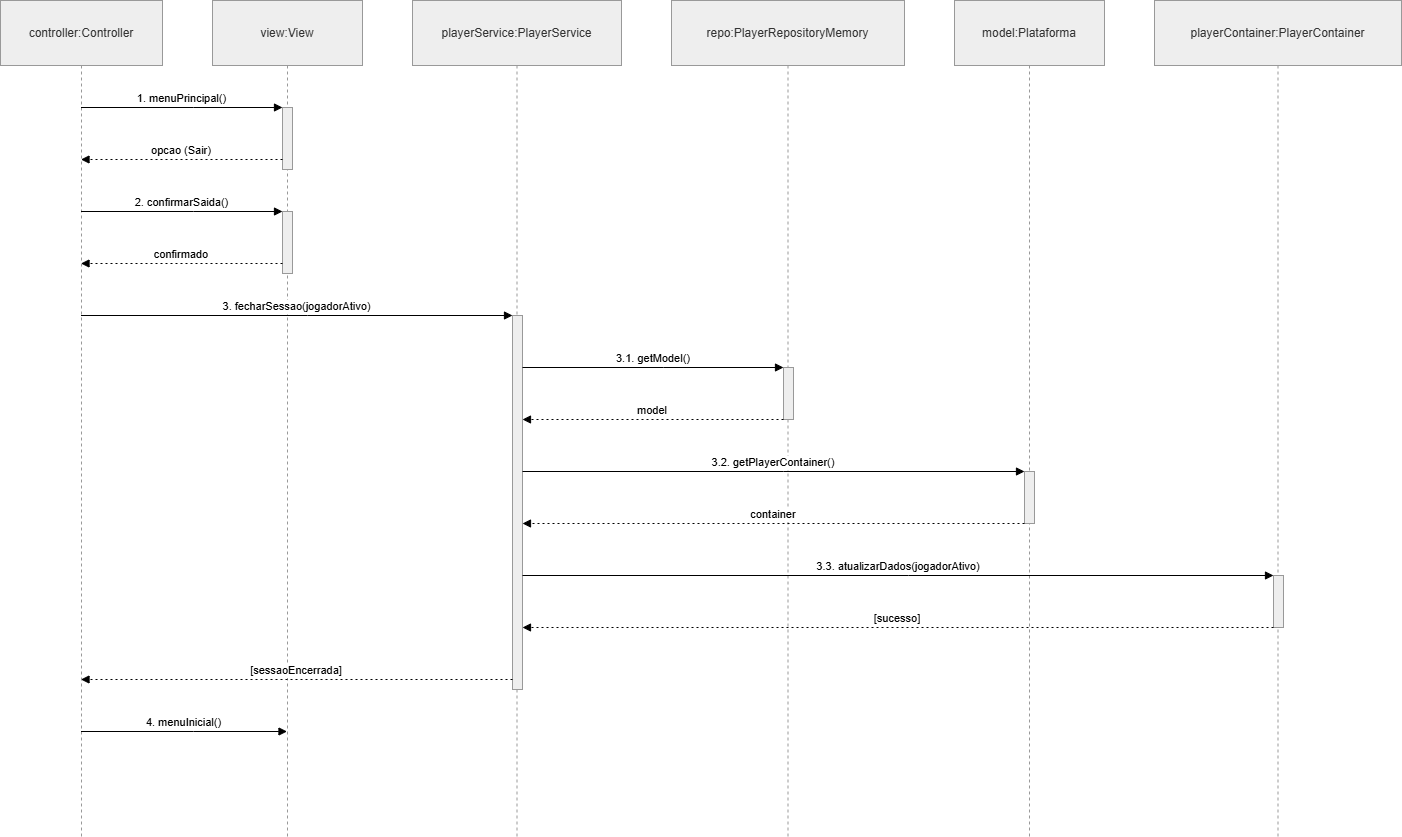
The draw.io diagram Iteração2/PNG Diagrams/UC9.1.png in Sw33t23/fsoft2026_1DA_1, before a commit. Source tidied: cells renumbered, new cells last; positions are measured from the earlier drawing's top-left corner, leaving out a move shared by most shapes.
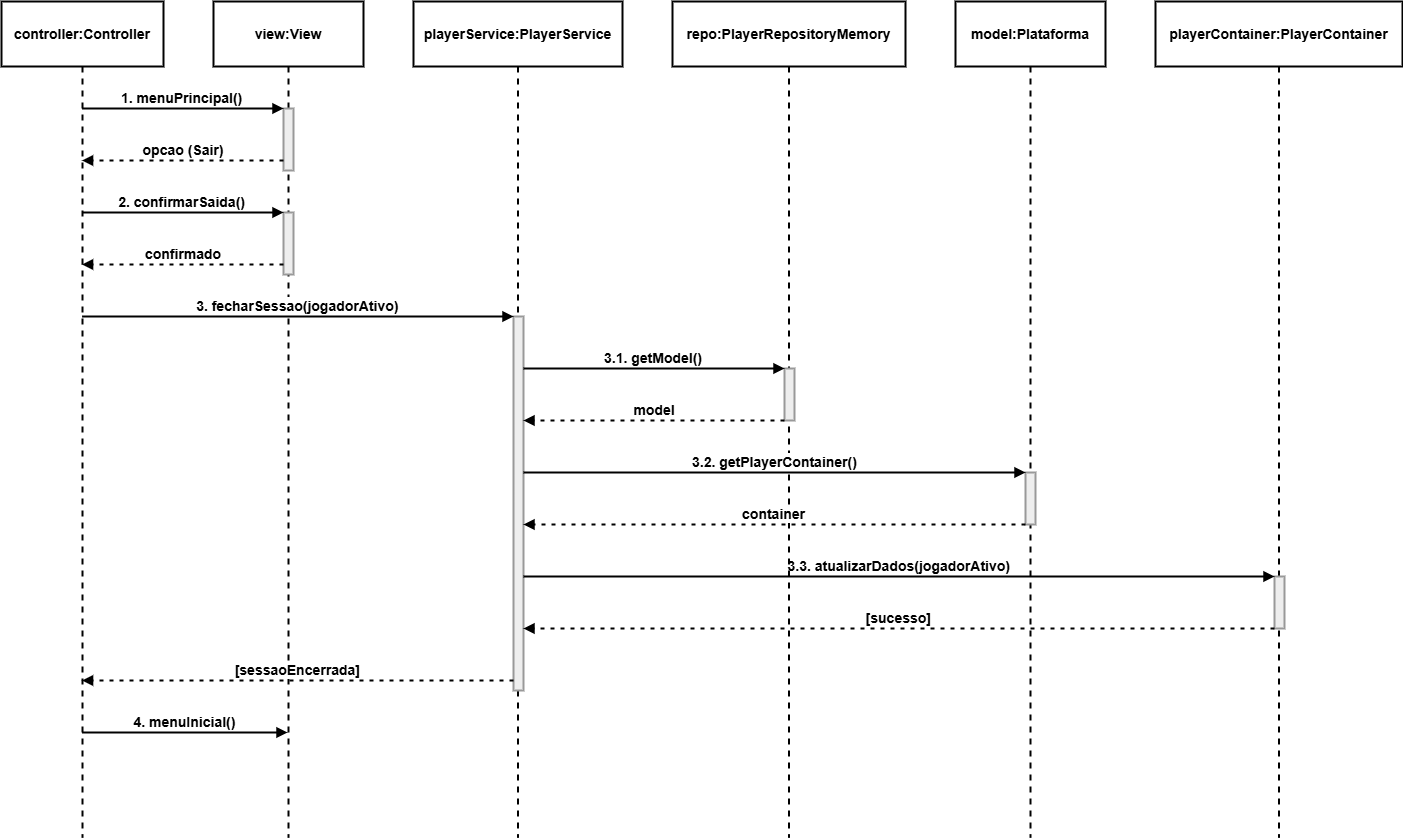
After the commit.

Diff of the diagram source:
```diff
@@ -2,127 +2,127 @@
   <root>
     <mxCell id="0" />
     <mxCell id="1" parent="0" />
-    <mxCell id="2" value="controller:Controller" style="shape=umlLifeline;perimeter=lifelinePerimeter;whiteSpace=wrap;outlineConnect=0;portConstraint=eastwest;newEdgeStyle={&quot;edgeStyle&quot;:&quot;elbowEdgeStyle&quot;,&quot;elbow&quot;:&quot;vertical&quot;,&quot;curved&quot;:0,&quot;rounded&quot;:0};size=65;fillColor=light-dark(#eeeeee,#1f2020);strokeColor=light-dark(#999999,#cccccc);fontColor=light-dark(#333333,#cccccc);" parent="1" vertex="1">
+    <mxCell id="2" value="controller:Controller" style="shape=umlLifeline;perimeter=lifelinePerimeter;whiteSpace=wrap;outlineConnect=0;portConstraint=eastwest;newEdgeStyle={&quot;edgeStyle&quot;:&quot;elbowEdgeStyle&quot;,&quot;elbow&quot;:&quot;vertical&quot;,&quot;curved&quot;:0,&quot;rounded&quot;:0};size=65;fillColor=none;strokeWidth=2;fontSize=14;fontStyle=1;" parent="1" vertex="1">
       <mxGeometry width="162" height="836" as="geometry" />
     </mxCell>
-    <mxCell id="3" value="view:View" style="shape=umlLifeline;perimeter=lifelinePerimeter;whiteSpace=wrap;outlineConnect=0;portConstraint=eastwest;newEdgeStyle={&quot;edgeStyle&quot;:&quot;elbowEdgeStyle&quot;,&quot;elbow&quot;:&quot;vertical&quot;,&quot;curved&quot;:0,&quot;rounded&quot;:0};size=65;fillColor=light-dark(#eeeeee,#1f2020);strokeColor=light-dark(#999999,#cccccc);fontColor=light-dark(#333333,#cccccc);" parent="1" vertex="1">
+    <mxCell id="3" value="view:View" style="shape=umlLifeline;perimeter=lifelinePerimeter;whiteSpace=wrap;outlineConnect=0;portConstraint=eastwest;newEdgeStyle={&quot;edgeStyle&quot;:&quot;elbowEdgeStyle&quot;,&quot;elbow&quot;:&quot;vertical&quot;,&quot;curved&quot;:0,&quot;rounded&quot;:0};size=65;fillColor=none;strokeWidth=2;fontSize=14;fontStyle=1;" parent="1" vertex="1">
       <mxGeometry x="212" width="150" height="836" as="geometry" />
     </mxCell>
-    <mxCell id="4" style="points=[];perimeter=orthogonalPerimeter;outlineConnect=0;targetShapes=umlLifeline;portConstraint=eastwest;newEdgeStyle={&quot;edgeStyle&quot;:&quot;elbowEdgeStyle&quot;,&quot;elbow&quot;:&quot;vertical&quot;,&quot;curved&quot;:0,&quot;rounded&quot;:0};fillColor=light-dark(#eeeeee,#1f2020);strokeColor=light-dark(#999999,#cccccc);fontColor=light-dark(#333333,#cccccc);" parent="3" vertex="1">
+    <mxCell id="4" style="points=[];perimeter=orthogonalPerimeter;outlineConnect=0;targetShapes=umlLifeline;portConstraint=eastwest;newEdgeStyle={&quot;edgeStyle&quot;:&quot;elbowEdgeStyle&quot;,&quot;elbow&quot;:&quot;vertical&quot;,&quot;curved&quot;:0,&quot;rounded&quot;:0};fillColor=light-dark(#eeeeee,#1f2020);strokeColor=light-dark(#999999,#cccccc);fontColor=light-dark(#333333,#cccccc);strokeWidth=2;fontSize=14;fontStyle=1;" parent="3" vertex="1">
       <mxGeometry x="70" y="107" width="10" height="62" as="geometry" />
     </mxCell>
-    <mxCell id="5" style="points=[];perimeter=orthogonalPerimeter;outlineConnect=0;targetShapes=umlLifeline;portConstraint=eastwest;newEdgeStyle={&quot;edgeStyle&quot;:&quot;elbowEdgeStyle&quot;,&quot;elbow&quot;:&quot;vertical&quot;,&quot;curved&quot;:0,&quot;rounded&quot;:0};fillColor=light-dark(#eeeeee,#1f2020);strokeColor=light-dark(#999999,#cccccc);fontColor=light-dark(#333333,#cccccc);" parent="3" vertex="1">
+    <mxCell id="5" style="points=[];perimeter=orthogonalPerimeter;outlineConnect=0;targetShapes=umlLifeline;portConstraint=eastwest;newEdgeStyle={&quot;edgeStyle&quot;:&quot;elbowEdgeStyle&quot;,&quot;elbow&quot;:&quot;vertical&quot;,&quot;curved&quot;:0,&quot;rounded&quot;:0};fillColor=light-dark(#eeeeee,#1f2020);strokeColor=light-dark(#999999,#cccccc);fontColor=light-dark(#333333,#cccccc);strokeWidth=2;fontSize=14;fontStyle=1;" parent="3" vertex="1">
       <mxGeometry x="70" y="211" width="10" height="62" as="geometry" />
     </mxCell>
-    <mxCell id="6" value="playerService:PlayerService" style="shape=umlLifeline;perimeter=lifelinePerimeter;whiteSpace=wrap;newEdgeStyle={&quot;edgeStyle&quot;:&quot;elbowEdgeStyle&quot;,&quot;elbow&quot;:&quot;vertical&quot;,&quot;curved&quot;:0,&quot;rounded&quot;:0};size=65;fillColor=light-dark(#eeeeee,#1f2020);strokeColor=light-dark(#999999,#cccccc);fontColor=light-dark(#333333,#cccccc);" parent="1" vertex="1">
+    <mxCell id="6" value="playerService:PlayerService" style="shape=umlLifeline;perimeter=lifelinePerimeter;whiteSpace=wrap;newEdgeStyle={&quot;edgeStyle&quot;:&quot;elbowEdgeStyle&quot;,&quot;elbow&quot;:&quot;vertical&quot;,&quot;curved&quot;:0,&quot;rounded&quot;:0};size=65;fillColor=none;strokeWidth=2;fontSize=14;fontStyle=1;" parent="1" vertex="1">
       <mxGeometry x="412" width="209" height="836" as="geometry" />
     </mxCell>
-    <mxCell id="7" style="points=[];perimeter=orthogonalPerimeter;outlineConnect=0;targetShapes=umlLifeline;portConstraint=eastwest;newEdgeStyle={&quot;edgeStyle&quot;:&quot;elbowEdgeStyle&quot;,&quot;elbow&quot;:&quot;vertical&quot;,&quot;curved&quot;:0,&quot;rounded&quot;:0};fillColor=light-dark(#eeeeee,#1f2020);strokeColor=light-dark(#999999,#cccccc);fontColor=light-dark(#333333,#cccccc);" parent="6" vertex="1">
+    <mxCell id="7" style="points=[];perimeter=orthogonalPerimeter;outlineConnect=0;targetShapes=umlLifeline;portConstraint=eastwest;newEdgeStyle={&quot;edgeStyle&quot;:&quot;elbowEdgeStyle&quot;,&quot;elbow&quot;:&quot;vertical&quot;,&quot;curved&quot;:0,&quot;rounded&quot;:0};fillColor=light-dark(#eeeeee,#1f2020);strokeColor=light-dark(#999999,#cccccc);fontColor=light-dark(#333333,#cccccc);strokeWidth=2;fontSize=14;fontStyle=1;" parent="6" vertex="1">
       <mxGeometry x="100" y="315" width="10" height="374" as="geometry" />
     </mxCell>
-    <mxCell id="8" value="repo:PlayerRepositoryMemory" style="shape=umlLifeline;perimeter=lifelinePerimeter;whiteSpace=wrap;newEdgeStyle={&quot;edgeStyle&quot;:&quot;elbowEdgeStyle&quot;,&quot;elbow&quot;:&quot;vertical&quot;,&quot;curved&quot;:0,&quot;rounded&quot;:0};size=65;fillColor=light-dark(#eeeeee,#1f2020);strokeColor=light-dark(#999999,#cccccc);fontColor=light-dark(#333333,#cccccc);" parent="1" vertex="1">
+    <mxCell id="8" value="repo:PlayerRepositoryMemory" style="shape=umlLifeline;perimeter=lifelinePerimeter;whiteSpace=wrap;newEdgeStyle={&quot;edgeStyle&quot;:&quot;elbowEdgeStyle&quot;,&quot;elbow&quot;:&quot;vertical&quot;,&quot;curved&quot;:0,&quot;rounded&quot;:0};size=65;fillColor=none;strokeWidth=2;fontSize=14;fontStyle=1;" parent="1" vertex="1">
       <mxGeometry x="671" width="233" height="836" as="geometry" />
     </mxCell>
-    <mxCell id="9" style="points=[];perimeter=orthogonalPerimeter;outlineConnect=0;targetShapes=umlLifeline;portConstraint=eastwest;newEdgeStyle={&quot;edgeStyle&quot;:&quot;elbowEdgeStyle&quot;,&quot;elbow&quot;:&quot;vertical&quot;,&quot;curved&quot;:0,&quot;rounded&quot;:0};fillColor=light-dark(#eeeeee,#1f2020);strokeColor=light-dark(#999999,#cccccc);fontColor=light-dark(#333333,#cccccc);" parent="8" vertex="1">
+    <mxCell id="9" style="points=[];perimeter=orthogonalPerimeter;outlineConnect=0;targetShapes=umlLifeline;portConstraint=eastwest;newEdgeStyle={&quot;edgeStyle&quot;:&quot;elbowEdgeStyle&quot;,&quot;elbow&quot;:&quot;vertical&quot;,&quot;curved&quot;:0,&quot;rounded&quot;:0};fillColor=light-dark(#eeeeee,#1f2020);strokeColor=light-dark(#999999,#cccccc);fontColor=light-dark(#333333,#cccccc);strokeWidth=2;fontSize=14;fontStyle=1;" parent="8" vertex="1">
       <mxGeometry x="112" y="367" width="10" height="52" as="geometry" />
     </mxCell>
-    <mxCell id="10" value="model:Plataforma" style="shape=umlLifeline;perimeter=lifelinePerimeter;whiteSpace=wrap;newEdgeStyle={&quot;edgeStyle&quot;:&quot;elbowEdgeStyle&quot;,&quot;elbow&quot;:&quot;vertical&quot;,&quot;curved&quot;:0,&quot;rounded&quot;:0};size=65;fillColor=light-dark(#eeeeee,#1f2020);strokeColor=light-dark(#999999,#cccccc);fontColor=light-dark(#333333,#cccccc);" parent="1" vertex="1">
+    <mxCell id="10" value="model:Plataforma" style="shape=umlLifeline;perimeter=lifelinePerimeter;whiteSpace=wrap;newEdgeStyle={&quot;edgeStyle&quot;:&quot;elbowEdgeStyle&quot;,&quot;elbow&quot;:&quot;vertical&quot;,&quot;curved&quot;:0,&quot;rounded&quot;:0};size=65;fillColor=none;strokeWidth=2;fontSize=14;fontStyle=1;" parent="1" vertex="1">
       <mxGeometry x="954" width="150" height="836" as="geometry" />
     </mxCell>
-    <mxCell id="11" style="points=[];perimeter=orthogonalPerimeter;outlineConnect=0;targetShapes=umlLifeline;portConstraint=eastwest;newEdgeStyle={&quot;edgeStyle&quot;:&quot;elbowEdgeStyle&quot;,&quot;elbow&quot;:&quot;vertical&quot;,&quot;curved&quot;:0,&quot;rounded&quot;:0};fillColor=light-dark(#eeeeee,#1f2020);strokeColor=light-dark(#999999,#cccccc);fontColor=light-dark(#333333,#cccccc);" parent="10" vertex="1">
+    <mxCell id="11" style="points=[];perimeter=orthogonalPerimeter;outlineConnect=0;targetShapes=umlLifeline;portConstraint=eastwest;newEdgeStyle={&quot;edgeStyle&quot;:&quot;elbowEdgeStyle&quot;,&quot;elbow&quot;:&quot;vertical&quot;,&quot;curved&quot;:0,&quot;rounded&quot;:0};fillColor=light-dark(#eeeeee,#1f2020);strokeColor=light-dark(#999999,#cccccc);fontColor=light-dark(#333333,#cccccc);strokeWidth=2;fontSize=14;fontStyle=1;" parent="10" vertex="1">
       <mxGeometry x="70" y="471" width="10" height="52" as="geometry" />
     </mxCell>
-    <mxCell id="12" value="playerContainer:PlayerContainer" style="shape=umlLifeline;perimeter=lifelinePerimeter;whiteSpace=wrap;newEdgeStyle={&quot;edgeStyle&quot;:&quot;elbowEdgeStyle&quot;,&quot;elbow&quot;:&quot;vertical&quot;,&quot;curved&quot;:0,&quot;rounded&quot;:0};size=65;fillColor=light-dark(#eeeeee,#1f2020);strokeColor=light-dark(#999999,#cccccc);fontColor=light-dark(#333333,#cccccc);" parent="1" vertex="1">
+    <mxCell id="12" value="playerContainer:PlayerContainer" style="shape=umlLifeline;perimeter=lifelinePerimeter;whiteSpace=wrap;newEdgeStyle={&quot;edgeStyle&quot;:&quot;elbowEdgeStyle&quot;,&quot;elbow&quot;:&quot;vertical&quot;,&quot;curved&quot;:0,&quot;rounded&quot;:0};size=65;fillColor=none;strokeWidth=2;fontSize=14;fontStyle=1;" parent="1" vertex="1">
       <mxGeometry x="1154" width="247" height="836" as="geometry" />
     </mxCell>
-    <mxCell id="13" style="points=[];perimeter=orthogonalPerimeter;outlineConnect=0;targetShapes=umlLifeline;portConstraint=eastwest;newEdgeStyle={&quot;edgeStyle&quot;:&quot;elbowEdgeStyle&quot;,&quot;elbow&quot;:&quot;vertical&quot;,&quot;curved&quot;:0,&quot;rounded&quot;:0};fillColor=light-dark(#eeeeee,#1f2020);strokeColor=light-dark(#999999,#cccccc);fontColor=light-dark(#333333,#cccccc);" parent="12" vertex="1">
+    <mxCell id="13" style="points=[];perimeter=orthogonalPerimeter;outlineConnect=0;targetShapes=umlLifeline;portConstraint=eastwest;newEdgeStyle={&quot;edgeStyle&quot;:&quot;elbowEdgeStyle&quot;,&quot;elbow&quot;:&quot;vertical&quot;,&quot;curved&quot;:0,&quot;rounded&quot;:0};fillColor=light-dark(#eeeeee,#1f2020);strokeColor=light-dark(#999999,#cccccc);fontColor=light-dark(#333333,#cccccc);strokeWidth=2;fontSize=14;fontStyle=1;" parent="12" vertex="1">
       <mxGeometry x="119" y="575" width="10" height="52" as="geometry" />
     </mxCell>
-    <mxCell id="14" value="1. menuPrincipal()" style="verticalAlign=bottom;edgeStyle=elbowEdgeStyle;elbow=vertical;curved=0;rounded=0;endArrow=block;" parent="1" edge="1" source="2" target="4">
+    <mxCell id="14" value="1. menuPrincipal()" style="verticalAlign=bottom;edgeStyle=elbowEdgeStyle;elbow=vertical;curved=0;rounded=0;endArrow=block;strokeWidth=2;fontSize=14;fontStyle=1;" parent="1" edge="1" source="2" target="4">
       <mxGeometry relative="1" as="geometry">
         <Array as="points">
           <mxPoint x="193" y="107" />
         </Array>
       </mxGeometry>
     </mxCell>
-    <mxCell id="15" value="opcao (Sair)" style="verticalAlign=bottom;edgeStyle=elbowEdgeStyle;elbow=vertical;curved=0;rounded=0;dashed=1;dashPattern=2 3;endArrow=block;" parent="1" edge="1" source="4" target="2">
+    <mxCell id="15" value="opcao (Sair)" style="verticalAlign=bottom;edgeStyle=elbowEdgeStyle;elbow=vertical;curved=0;rounded=0;dashed=1;dashPattern=2 3;endArrow=block;strokeWidth=2;fontSize=14;fontStyle=1;" parent="1" edge="1" source="4" target="2">
       <mxGeometry relative="1" as="geometry">
         <Array as="points">
           <mxPoint x="194" y="159" />
         </Array>
       </mxGeometry>
     </mxCell>
-    <mxCell id="16" value="2. confirmarSaida()" style="verticalAlign=bottom;edgeStyle=elbowEdgeStyle;elbow=vertical;curved=0;rounded=0;endArrow=block;" parent="1" edge="1" source="2" target="5">
+    <mxCell id="16" value="2. confirmarSaida()" style="verticalAlign=bottom;edgeStyle=elbowEdgeStyle;elbow=vertical;curved=0;rounded=0;endArrow=block;strokeWidth=2;fontSize=14;fontStyle=1;" parent="1" edge="1" source="2" target="5">
       <mxGeometry relative="1" as="geometry">
         <Array as="points">
           <mxPoint x="193" y="211" />
         </Array>
       </mxGeometry>
     </mxCell>
-    <mxCell id="17" value="confirmado" style="verticalAlign=bottom;edgeStyle=elbowEdgeStyle;elbow=vertical;curved=0;rounded=0;dashed=1;dashPattern=2 3;endArrow=block;" parent="1" edge="1" source="5" target="2">
+    <mxCell id="17" value="confirmado" style="verticalAlign=bottom;edgeStyle=elbowEdgeStyle;elbow=vertical;curved=0;rounded=0;dashed=1;dashPattern=2 3;endArrow=block;strokeWidth=2;fontSize=14;fontStyle=1;" parent="1" edge="1" source="5" target="2">
       <mxGeometry relative="1" as="geometry">
         <Array as="points">
           <mxPoint x="194" y="263" />
         </Array>
       </mxGeometry>
     </mxCell>
-    <mxCell id="18" value="3. fecharSessao(jogadorAtivo)" style="verticalAlign=bottom;edgeStyle=elbowEdgeStyle;elbow=vertical;curved=0;rounded=0;endArrow=block;" parent="1" edge="1" source="2" target="7">
+    <mxCell id="18" value="3. fecharSessao(jogadorAtivo)" style="verticalAlign=bottom;edgeStyle=elbowEdgeStyle;elbow=vertical;curved=0;rounded=0;endArrow=block;strokeWidth=2;fontSize=14;fontStyle=1;" parent="1" edge="1" source="2" target="7">
       <mxGeometry relative="1" as="geometry">
         <Array as="points">
           <mxPoint x="307" y="315" />
         </Array>
       </mxGeometry>
     </mxCell>
-    <mxCell id="19" value="3.1. getModel()" style="verticalAlign=bottom;edgeStyle=elbowEdgeStyle;elbow=vertical;curved=0;rounded=0;endArrow=block;" parent="1" edge="1" source="7" target="9">
+    <mxCell id="19" value="3.1. getModel()" style="verticalAlign=bottom;edgeStyle=elbowEdgeStyle;elbow=vertical;curved=0;rounded=0;endArrow=block;strokeWidth=2;fontSize=14;fontStyle=1;" parent="1" edge="1" source="7" target="9">
       <mxGeometry relative="1" as="geometry">
         <Array as="points">
           <mxPoint x="663" y="367" />
         </Array>
       </mxGeometry>
     </mxCell>
-    <mxCell id="20" value="model" style="verticalAlign=bottom;edgeStyle=elbowEdgeStyle;elbow=vertical;curved=0;rounded=0;dashed=1;dashPattern=2 3;endArrow=block;" parent="1" edge="1" source="9" target="7">
+    <mxCell id="20" value="model" style="verticalAlign=bottom;edgeStyle=elbowEdgeStyle;elbow=vertical;curved=0;rounded=0;dashed=1;dashPattern=2 3;endArrow=block;strokeWidth=2;fontSize=14;fontStyle=1;" parent="1" edge="1" source="9" target="7">
       <mxGeometry relative="1" as="geometry">
         <Array as="points">
           <mxPoint x="664" y="419" />
         </Array>
       </mxGeometry>
     </mxCell>
-    <mxCell id="21" value="3.2. getPlayerContainer()" style="verticalAlign=bottom;edgeStyle=elbowEdgeStyle;elbow=vertical;curved=0;rounded=0;endArrow=block;" parent="1" edge="1" source="7" target="11">
+    <mxCell id="21" value="3.2. getPlayerContainer()" style="verticalAlign=bottom;edgeStyle=elbowEdgeStyle;elbow=vertical;curved=0;rounded=0;endArrow=block;strokeWidth=2;fontSize=14;fontStyle=1;" parent="1" edge="1" source="7" target="11">
       <mxGeometry relative="1" as="geometry">
         <Array as="points">
           <mxPoint x="783" y="471" />
         </Array>
       </mxGeometry>
     </mxCell>
-    <mxCell id="22" value="container" style="verticalAlign=bottom;edgeStyle=elbowEdgeStyle;elbow=vertical;curved=0;rounded=0;dashed=1;dashPattern=2 3;endArrow=block;" parent="1" edge="1" source="11" target="7">
+    <mxCell id="22" value="container" style="verticalAlign=bottom;edgeStyle=elbowEdgeStyle;elbow=vertical;curved=0;rounded=0;dashed=1;dashPattern=2 3;endArrow=block;strokeWidth=2;fontSize=14;fontStyle=1;" parent="1" edge="1" source="11" target="7">
       <mxGeometry relative="1" as="geometry">
         <Array as="points">
           <mxPoint x="784" y="523" />
         </Array>
       </mxGeometry>
     </mxCell>
-    <mxCell id="23" value="3.3. atualizarDados(jogadorAtivo)" style="verticalAlign=bottom;edgeStyle=elbowEdgeStyle;elbow=vertical;curved=0;rounded=0;endArrow=block;" parent="1" edge="1" source="7" target="13">
+    <mxCell id="23" value="3.3. atualizarDados(jogadorAtivo)" style="verticalAlign=bottom;edgeStyle=elbowEdgeStyle;elbow=vertical;curved=0;rounded=0;endArrow=block;strokeWidth=2;fontSize=14;fontStyle=1;" parent="1" edge="1" source="7" target="13">
       <mxGeometry relative="1" as="geometry">
         <Array as="points">
           <mxPoint x="908" y="575" />
         </Array>
       </mxGeometry>
     </mxCell>
-    <mxCell id="24" value="[sucesso]" style="verticalAlign=bottom;edgeStyle=elbowEdgeStyle;elbow=vertical;curved=0;rounded=0;dashed=1;dashPattern=2 3;endArrow=block;" parent="1" edge="1" source="13" target="7">
+    <mxCell id="24" value="[sucesso]" style="verticalAlign=bottom;edgeStyle=elbowEdgeStyle;elbow=vertical;curved=0;rounded=0;dashed=1;dashPattern=2 3;endArrow=block;strokeWidth=2;fontSize=14;fontStyle=1;" parent="1" edge="1" source="13" target="7">
       <mxGeometry relative="1" as="geometry">
         <Array as="points">
           <mxPoint x="909" y="627" />
         </Array>
       </mxGeometry>
     </mxCell>
-    <mxCell id="25" value="[sessaoEncerrada]" style="verticalAlign=bottom;edgeStyle=elbowEdgeStyle;elbow=vertical;curved=0;rounded=0;dashed=1;dashPattern=2 3;endArrow=block;" parent="1" edge="1" source="7" target="2">
+    <mxCell id="25" value="[sessaoEncerrada]" style="verticalAlign=bottom;edgeStyle=elbowEdgeStyle;elbow=vertical;curved=0;rounded=0;dashed=1;dashPattern=2 3;endArrow=block;strokeWidth=2;fontSize=14;fontStyle=1;" parent="1" edge="1" source="7" target="2">
       <mxGeometry relative="1" as="geometry">
         <Array as="points">
           <mxPoint x="308" y="679" />
         </Array>
       </mxGeometry>
     </mxCell>
-    <mxCell id="26" value="4. menuInicial()" style="verticalAlign=bottom;edgeStyle=elbowEdgeStyle;elbow=vertical;curved=0;rounded=0;endArrow=block;" parent="1" edge="1" source="2" target="3">
+    <mxCell id="26" value="4. menuInicial()" style="verticalAlign=bottom;edgeStyle=elbowEdgeStyle;elbow=vertical;curved=0;rounded=0;endArrow=block;strokeWidth=2;fontSize=14;fontStyle=1;" parent="1" edge="1" source="2" target="3">
       <mxGeometry relative="1" as="geometry">
         <Array as="points">
           <mxPoint x="193" y="731" />
```
